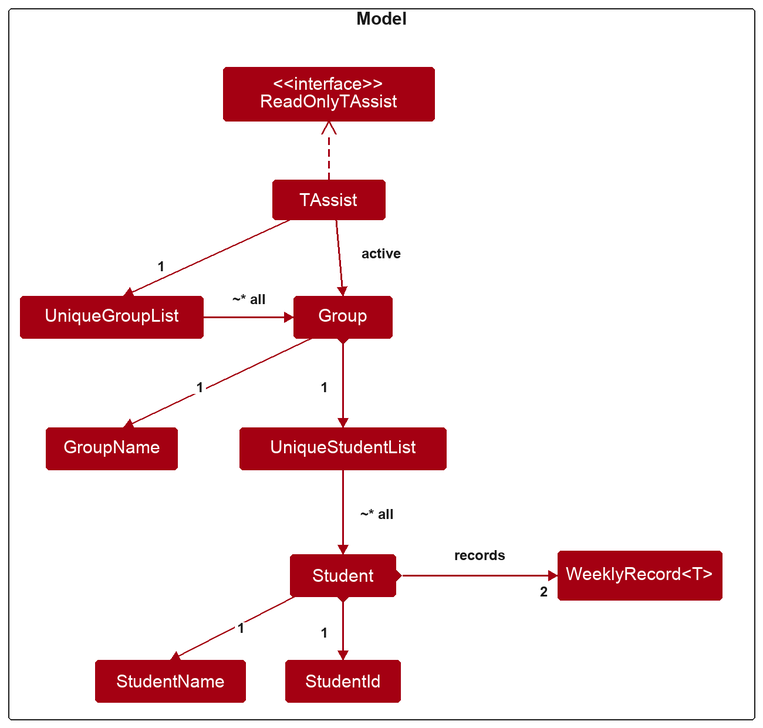
AY2627S1-CS2103T-T12-4/tp keeps this PlantUML diagram as docs/images/TAssistModelClassDiagram.png. Above is the earlier version. Its source is kept beside it as docs/diagrams/TAssistModelClassDiagram.puml.
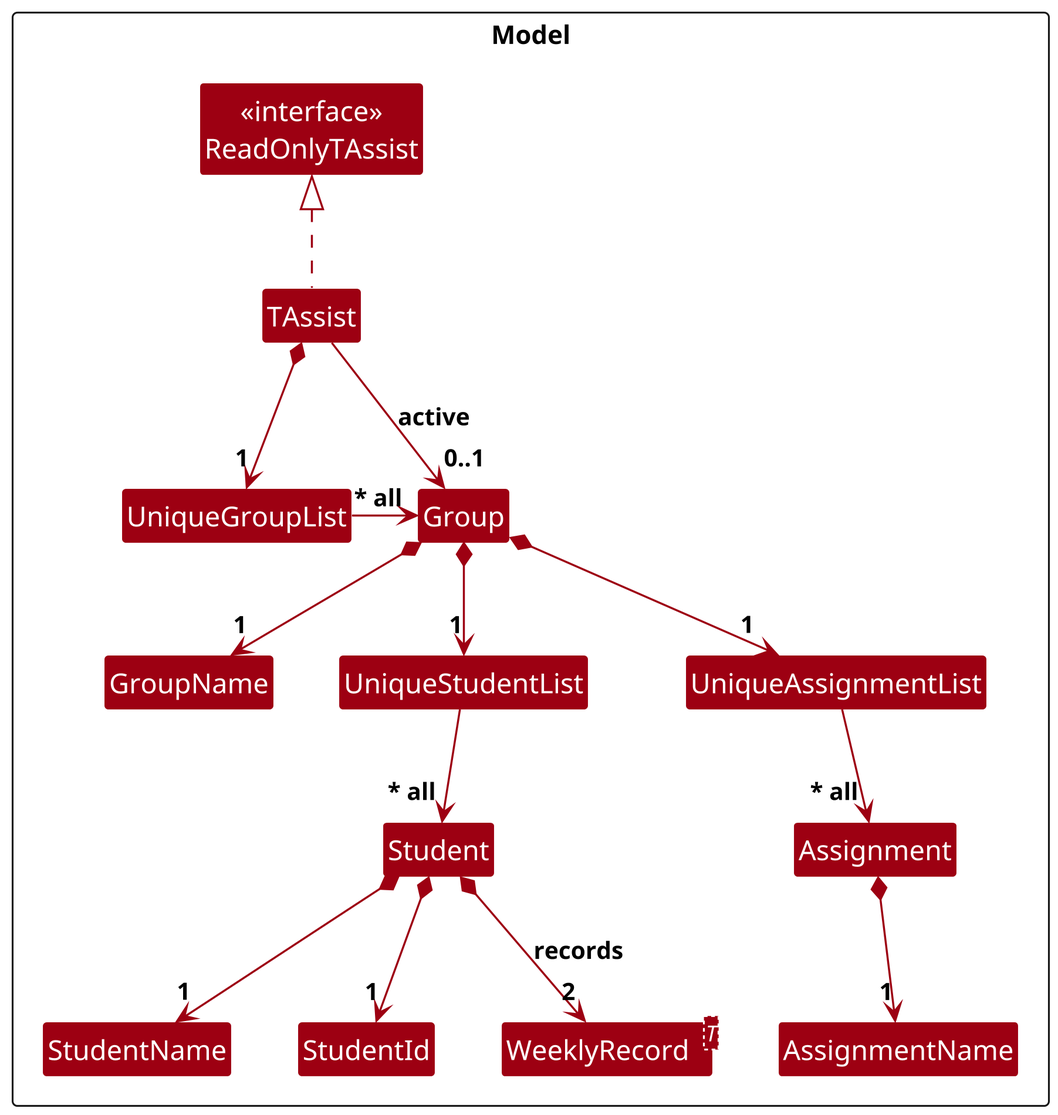
Later version of the same file.

Diff of the diagram source:
```diff
@@ -14,6 +14,9 @@
 Class Student
 Class StudentName
 Class StudentId
+Class UniqueAssignmentList
+Class Assignment
+Class AssignmentName
 Class "WeeklyRecord<T>" as WeeklyRecord
 }
 
@@ -23,7 +26,10 @@
 UniqueGroupList -right-> "~* all" Group
 Group *--> "1" GroupName
 Group *--> "1" UniqueStudentList
+Group *--> "1" UniqueAssignmentList
 UniqueStudentList --> "~* all" Student
+UniqueAssignmentList --> "~* all" Assignment
+Assignment *--> "1" AssignmentName
 Student *--> "1" StudentName
 Student *--> "1" StudentId
 Student *--> "2" WeeklyRecord : records
```
